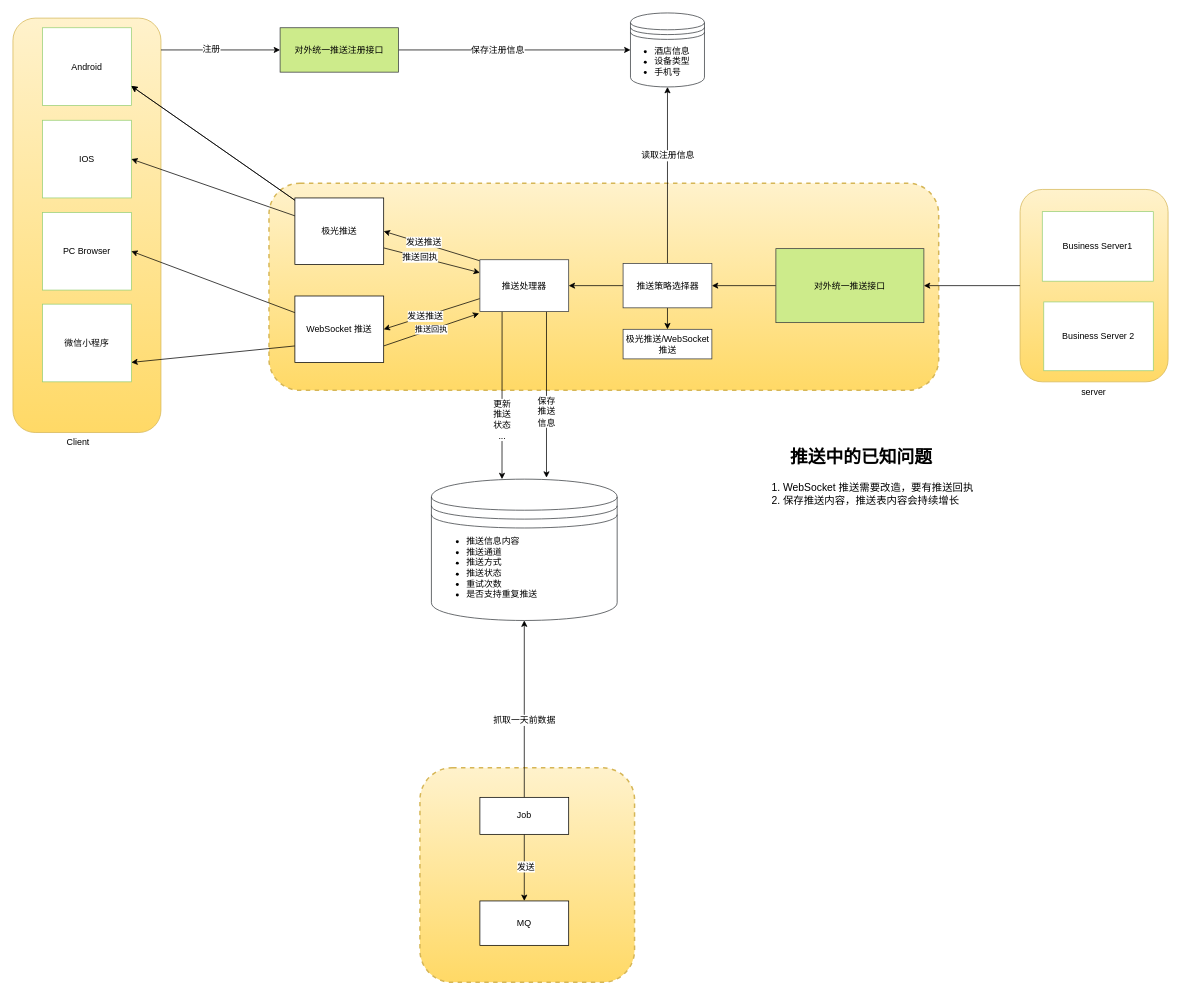
This is 推送方案.drawio from WithoutCause/draw.io, a draw.io file, before an edit. Source tidied: cells renumbered, new cells numbered last; positions are measured from the earlier drawing's top-left corner, leaving out a move shared by most shapes. Both pictures are drawn from the tidied source at 74%, with x=0, y=0 at pixel (13, 13).
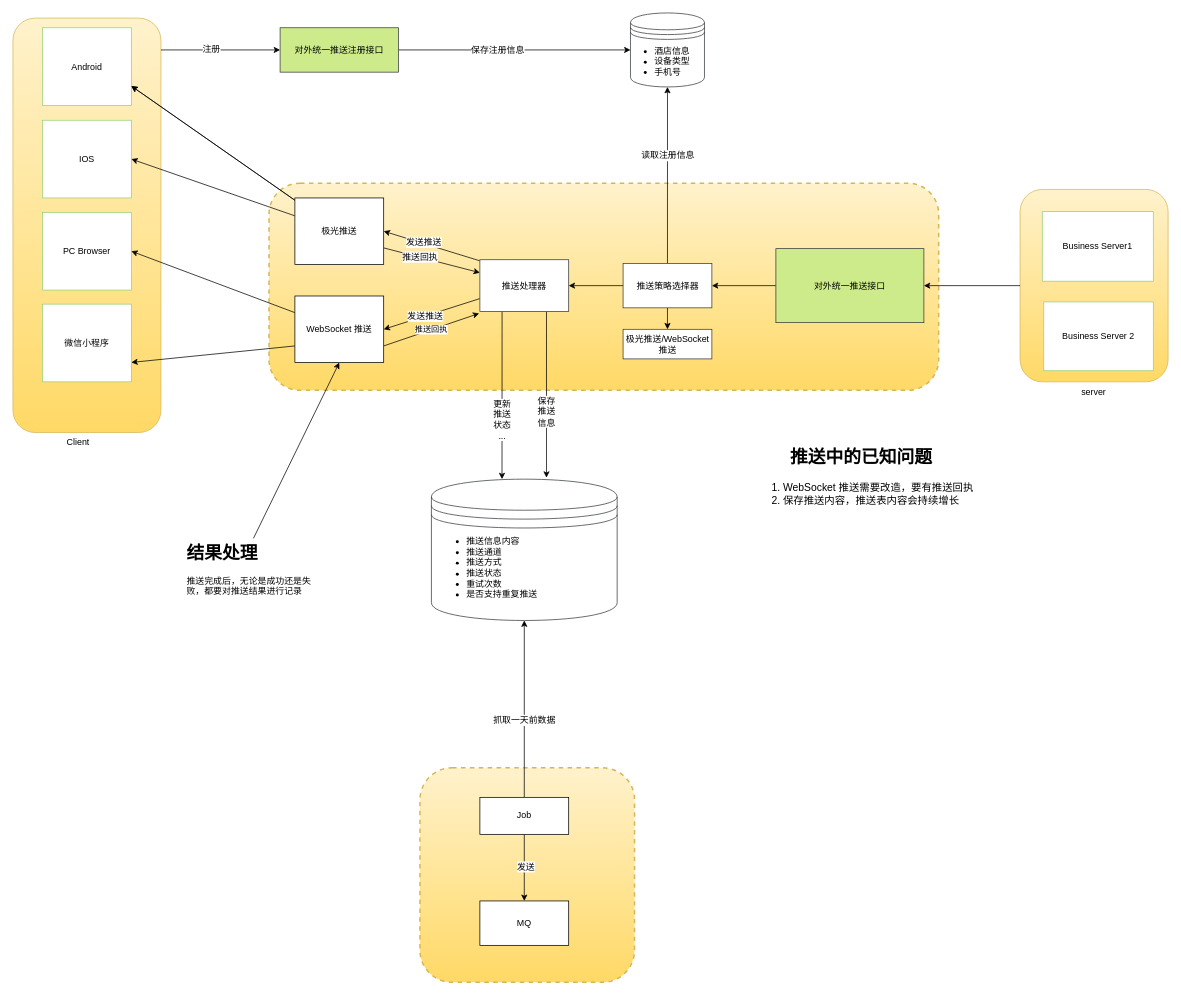
The same page after the edit.

Commit message:
更新推送方案.drawio

Unchanged cells that the change refers to:
```xml
<mxCell id="24" value="WebSocket 推送" style="rounded=0;whiteSpace=wrap;html=1;strokeColor=#000000;direction=east;" parent="1" vertex="1">
  <mxGeometry x="381" y="382.5" width="120" height="90" as="geometry" />
</mxCell>
```

Change to the diagram source:
```diff
@@
+    <mxCell id="66" style="edgeStyle=none;rounded=0;jettySize=auto;html=1;exitX=0.5;exitY=0;exitDx=0;exitDy=0;entryX=0.5;entryY=1;entryDx=0;entryDy=0;" parent="1" edge="1" source="67" target="24">
+      <mxGeometry relative="1" as="geometry" />
+    </mxCell>
+    <mxCell id="67" value="&lt;h1&gt;结果处理&lt;/h1&gt;&lt;p&gt;推送完成后，无论是成功还是失败，都要对推送结果进行记录&lt;/p&gt;" style="text;html=1;strokeColor=none;fillColor=none;spacing=5;spacingTop=-20;whiteSpace=wrap;overflow=hidden;rounded=0;" parent="1" vertex="1">
+      <mxGeometry x="230" y="710" width="190" height="120" as="geometry" />
+    </mxCell>
```
